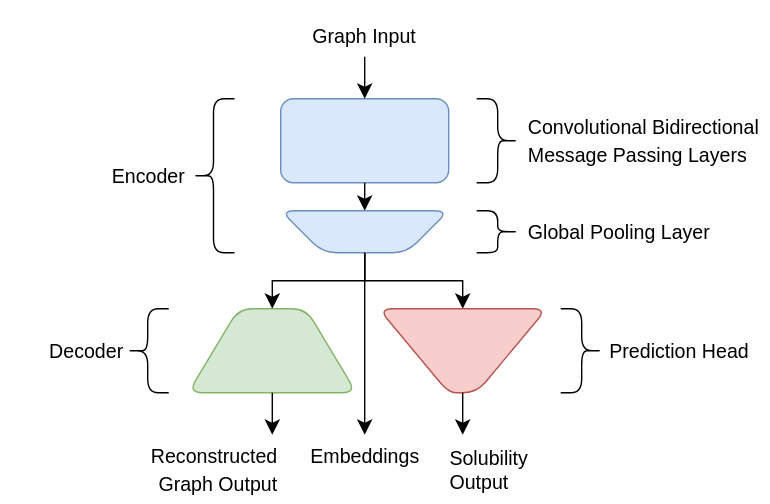
Earlier version of the draw.io export figures/model.drawio.svg (p0017/Molecular-Test-Time-Adaptation). Source tidied: cells renumbered, new cells last; positions are measured from the earlier drawing's top-left corner, leaving out a move shared by most shapes. Its diagram source:
```xml
<mxGraphModel>
  <root>
    <mxCell id="0" />
    <mxCell id="1" parent="0" />
    <mxCell id="2" style="rounded=1;whiteSpace=wrap;html=1;fillColor=#dae8fc;strokeColor=#6c8ebf;" parent="1" vertex="1">
      <mxGeometry x="200" y="70" width="120" height="60" as="geometry" />
    </mxCell>
    <mxCell id="3" style="edgeStyle=none;curved=1;rounded=0;jettySize=auto;html=1;fontSize=12;startSize=8;endSize=8;" parent="1" edge="1" target="6">
      <mxGeometry relative="1" as="geometry">
        <mxPoint x="260" y="130" as="sourcePoint" />
      </mxGeometry>
    </mxCell>
    <mxCell id="4" style="edgeStyle=orthogonalEdgeStyle;rounded=0;jettySize=auto;html=1;fontSize=12;startSize=8;endSize=8;entryX=0.5;entryY=1;entryDx=0;entryDy=0;exitX=0.5;exitY=0;exitDx=0;exitDy=0;" parent="1" edge="1" source="6" target="8">
      <mxGeometry relative="1" as="geometry" />
    </mxCell>
    <mxCell id="5" style="edgeStyle=orthogonalEdgeStyle;rounded=0;jettySize=auto;html=1;exitX=0.5;exitY=0;exitDx=0;exitDy=0;entryX=0.5;entryY=0;entryDx=0;entryDy=0;fontSize=12;startSize=8;endSize=8;" parent="1" edge="1" source="6" target="7">
      <mxGeometry relative="1" as="geometry" />
    </mxCell>
    <mxCell id="6" style="shape=trapezoid;perimeter=trapezoidPerimeter;whiteSpace=wrap;html=1;fixedSize=1;rounded=1;direction=west;size=30;fillColor=#dae8fc;strokeColor=#6c8ebf;" parent="1" vertex="1">
      <mxGeometry x="200" y="150" width="120" height="30" as="geometry" />
    </mxCell>
    <mxCell id="7" style="shape=trapezoid;perimeter=trapezoidPerimeter;whiteSpace=wrap;html=1;fixedSize=1;rounded=1;direction=east;size=36;fillColor=#d5e8d4;strokeColor=#82b366;" parent="1" vertex="1">
      <mxGeometry x="134" y="220" width="120" height="60" as="geometry" />
    </mxCell>
    <mxCell id="8" style="shape=trapezoid;perimeter=trapezoidPerimeter;whiteSpace=wrap;html=1;fixedSize=1;rounded=1;direction=west;size=50;fillColor=#f8cecc;strokeColor=#b85450;" parent="1" vertex="1">
      <mxGeometry x="270" y="220" width="120" height="60" as="geometry" />
    </mxCell>
    <mxCell id="9" style="shape=curlyBracket;whiteSpace=wrap;html=1;rounded=1;flipH=1;labelPosition=right;verticalLabelPosition=middle;align=left;verticalAlign=middle;" parent="1" vertex="1">
      <mxGeometry x="340" y="70" width="30" height="60" as="geometry" />
    </mxCell>
    <mxCell id="10" style="shape=curlyBracket;whiteSpace=wrap;html=1;rounded=1;flipH=1;labelPosition=right;verticalLabelPosition=middle;align=left;verticalAlign=middle;" parent="1" vertex="1">
      <mxGeometry x="340" y="150" width="30" height="30" as="geometry" />
    </mxCell>
    <mxCell id="11" style="shape=curlyBracket;whiteSpace=wrap;html=1;rounded=1;labelPosition=left;verticalLabelPosition=middle;align=right;verticalAlign=middle;" parent="1" vertex="1">
      <mxGeometry x="137" y="70" width="30" height="110" as="geometry" />
    </mxCell>
    <mxCell id="12" style="shape=curlyBracket;whiteSpace=wrap;html=1;rounded=1;flipH=1;labelPosition=right;verticalLabelPosition=middle;align=left;verticalAlign=middle;direction=west;" parent="1" vertex="1">
      <mxGeometry x="90" y="220" width="30" height="60" as="geometry" />
    </mxCell>
    <mxCell id="13" style="shape=curlyBracket;whiteSpace=wrap;html=1;rounded=1;flipH=1;labelPosition=right;verticalLabelPosition=middle;align=left;verticalAlign=middle;direction=east;" parent="1" vertex="1">
      <mxGeometry x="400" y="220" width="30" height="60" as="geometry" />
    </mxCell>
    <mxCell id="14" value="&lt;div align=&quot;left&quot;&gt;&lt;font style=&quot;font-size: 14px;&quot;&gt;Convolutional Bidirectional Message Passing Layers&lt;/font&gt;&lt;/div&gt;" style="text;strokeColor=none;fillColor=none;html=1;align=left;verticalAlign=middle;whiteSpace=wrap;rounded=0;fontSize=16;" parent="1" vertex="1">
      <mxGeometry x="375" y="75" width="170" height="50" as="geometry" />
    </mxCell>
    <mxCell id="15" value="&lt;div align=&quot;left&quot;&gt;&lt;font style=&quot;font-size: 14px;&quot;&gt;Global Pooling Layer&lt;/font&gt;&lt;/div&gt;" style="text;strokeColor=none;fillColor=none;html=1;align=left;verticalAlign=middle;whiteSpace=wrap;rounded=0;fontSize=16;" parent="1" vertex="1">
      <mxGeometry x="375" y="140" width="160" height="50" as="geometry" />
    </mxCell>
    <mxCell id="16" value="&lt;div align=&quot;right&quot;&gt;&lt;font style=&quot;font-size: 14px;&quot;&gt;Encoder&lt;/font&gt;&lt;/div&gt;" style="text;strokeColor=none;fillColor=none;html=1;align=right;verticalAlign=middle;whiteSpace=wrap;rounded=0;fontSize=16;" parent="1" vertex="1">
      <mxGeometry x="64" y="100" width="70" height="50" as="geometry" />
    </mxCell>
    <mxCell id="17" value="&lt;div align=&quot;right&quot;&gt;&lt;font style=&quot;font-size: 14px;&quot;&gt;Decoder&lt;/font&gt;&lt;/div&gt;" style="text;strokeColor=none;fillColor=none;html=1;align=right;verticalAlign=middle;whiteSpace=wrap;rounded=0;fontSize=16;" parent="1" vertex="1">
      <mxGeometry y="235" width="90" height="30" as="geometry" />
    </mxCell>
    <mxCell id="18" value="&lt;font style=&quot;font-size: 14px;&quot;&gt;Prediction Head&lt;/font&gt;" style="text;strokeColor=none;fillColor=none;html=1;align=center;verticalAlign=middle;whiteSpace=wrap;rounded=0;fontSize=16;" parent="1" vertex="1">
      <mxGeometry x="420" y="235" width="130" height="30" as="geometry" />
    </mxCell>
    <mxCell id="19" style="endArrow=classic;html=1;rounded=0;fontSize=12;startSize=8;endSize=8;curved=1;entryX=0.5;entryY=0;entryDx=0;entryDy=0;" parent="1" edge="1" target="2">
      <mxGeometry relative="1" as="geometry">
        <mxPoint x="260" y="40" as="sourcePoint" />
      </mxGeometry>
    </mxCell>
    <mxCell id="20" style="endArrow=classic;html=1;rounded=0;fontSize=12;startSize=8;endSize=8;curved=1;exitX=0.5;exitY=1;exitDx=0;exitDy=0;" parent="1" edge="1" source="7">
      <mxGeometry relative="1" as="geometry">
        <mxPoint x="194" y="310" as="targetPoint" />
      </mxGeometry>
    </mxCell>
    <mxCell id="21" style="endArrow=classic;html=1;rounded=0;fontSize=12;startSize=8;endSize=8;curved=1;exitX=0.5;exitY=0;exitDx=0;exitDy=0;" parent="1" edge="1" source="8">
      <mxGeometry relative="1" as="geometry">
        <mxPoint x="330" y="310" as="targetPoint" />
      </mxGeometry>
    </mxCell>
    <mxCell id="22" style="endArrow=classic;html=1;rounded=0;fontSize=12;startSize=8;endSize=8;curved=1;exitX=0.5;exitY=0;exitDx=0;exitDy=0;" parent="1" edge="1" source="6">
      <mxGeometry relative="1" as="geometry">
        <mxPoint x="260" y="310" as="targetPoint" />
      </mxGeometry>
    </mxCell>
    <mxCell id="23" value="&lt;font style=&quot;font-size: 14px;&quot;&gt;Graph Input&lt;/font&gt;" style="text;strokeColor=none;fillColor=none;html=1;align=center;verticalAlign=middle;whiteSpace=wrap;rounded=0;fontSize=16;" parent="1" vertex="1">
      <mxGeometry x="215" width="90" height="50" as="geometry" />
    </mxCell>
    <mxCell id="24" value="&lt;div align=&quot;right&quot;&gt;&lt;font style=&quot;font-size: 14px;&quot;&gt;Reconstructed Graph Output&lt;/font&gt;&lt;/div&gt;" style="text;strokeColor=none;fillColor=none;html=1;align=right;verticalAlign=middle;whiteSpace=wrap;rounded=0;fontSize=16;" parent="1" vertex="1">
      <mxGeometry x="129" y="310" width="71" height="50" as="geometry" />
    </mxCell>
    <mxCell id="25" value="&lt;div align=&quot;left&quot;&gt;&lt;font style=&quot;font-size: 14px;&quot;&gt;Solubility Output&lt;/font&gt;&lt;/div&gt;" style="text;strokeColor=none;fillColor=none;html=1;align=left;verticalAlign=middle;whiteSpace=wrap;rounded=0;fontSize=12;" parent="1" vertex="1">
      <mxGeometry x="319" y="310" width="71" height="50" as="geometry" />
    </mxCell>
    <mxCell id="26" value="&lt;font style=&quot;font-size: 14px;&quot;&gt;Embeddings&lt;/font&gt;" style="text;strokeColor=none;fillColor=none;html=1;align=center;verticalAlign=middle;whiteSpace=wrap;rounded=0;fontSize=16;" parent="1" vertex="1">
      <mxGeometry x="224.5" y="300" width="71" height="50" as="geometry" />
    </mxCell>
  </root>
</mxGraphModel>
```
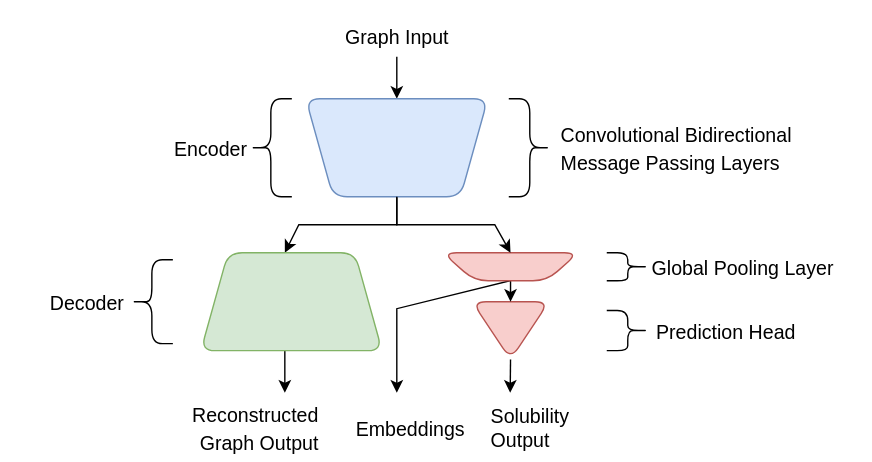
Later version of the same file.

Change to the diagram source:
```diff
@@ -2,90 +2,104 @@
   <root>
     <mxCell id="0" />
     <mxCell id="1" parent="0" />
-    <mxCell id="2" style="rounded=1;whiteSpace=wrap;html=1;fillColor=#dae8fc;strokeColor=#6c8ebf;" parent="1" vertex="1">
-      <mxGeometry x="200" y="70" width="120" height="60" as="geometry" />
-    </mxCell>
-    <mxCell id="3" style="edgeStyle=none;curved=1;rounded=0;jettySize=auto;html=1;fontSize=12;startSize=8;endSize=8;" parent="1" edge="1" target="6">
-      <mxGeometry relative="1" as="geometry">
-        <mxPoint x="260" y="130" as="sourcePoint" />
-      </mxGeometry>
-    </mxCell>
-    <mxCell id="4" style="edgeStyle=orthogonalEdgeStyle;rounded=0;jettySize=auto;html=1;fontSize=12;startSize=8;endSize=8;entryX=0.5;entryY=1;entryDx=0;entryDy=0;exitX=0.5;exitY=0;exitDx=0;exitDy=0;" parent="1" edge="1" source="6" target="8">
-      <mxGeometry relative="1" as="geometry" />
-    </mxCell>
-    <mxCell id="5" style="edgeStyle=orthogonalEdgeStyle;rounded=0;jettySize=auto;html=1;exitX=0.5;exitY=0;exitDx=0;exitDy=0;entryX=0.5;entryY=0;entryDx=0;entryDy=0;fontSize=12;startSize=8;endSize=8;" parent="1" edge="1" source="6" target="7">
-      <mxGeometry relative="1" as="geometry" />
-    </mxCell>
-    <mxCell id="6" style="shape=trapezoid;perimeter=trapezoidPerimeter;whiteSpace=wrap;html=1;fixedSize=1;rounded=1;direction=west;size=30;fillColor=#dae8fc;strokeColor=#6c8ebf;" parent="1" vertex="1">
-      <mxGeometry x="200" y="150" width="120" height="30" as="geometry" />
-    </mxCell>
-    <mxCell id="7" style="shape=trapezoid;perimeter=trapezoidPerimeter;whiteSpace=wrap;html=1;fixedSize=1;rounded=1;direction=east;size=36;fillColor=#d5e8d4;strokeColor=#82b366;" parent="1" vertex="1">
-      <mxGeometry x="134" y="220" width="120" height="60" as="geometry" />
-    </mxCell>
-    <mxCell id="8" style="shape=trapezoid;perimeter=trapezoidPerimeter;whiteSpace=wrap;html=1;fixedSize=1;rounded=1;direction=west;size=50;fillColor=#f8cecc;strokeColor=#b85450;" parent="1" vertex="1">
-      <mxGeometry x="270" y="220" width="120" height="60" as="geometry" />
+    <mxCell id="8" style="shape=trapezoid;perimeter=trapezoidPerimeter;whiteSpace=wrap;html=1;fixedSize=1;rounded=1;direction=west;size=35;fillColor=#f8cecc;strokeColor=#b85450;" parent="1" vertex="1">
+      <mxGeometry x="313.8" y="215" width="55" height="41.2" as="geometry" />
     </mxCell>
     <mxCell id="9" style="shape=curlyBracket;whiteSpace=wrap;html=1;rounded=1;flipH=1;labelPosition=right;verticalLabelPosition=middle;align=left;verticalAlign=middle;" parent="1" vertex="1">
-      <mxGeometry x="340" y="70" width="30" height="60" as="geometry" />
+      <mxGeometry x="340" y="70" width="30" height="70" as="geometry" />
     </mxCell>
-    <mxCell id="10" style="shape=curlyBracket;whiteSpace=wrap;html=1;rounded=1;flipH=1;labelPosition=right;verticalLabelPosition=middle;align=left;verticalAlign=middle;" parent="1" vertex="1">
-      <mxGeometry x="340" y="150" width="30" height="30" as="geometry" />
+    <mxCell id="10" style="shape=curlyBracket;whiteSpace=wrap;html=1;rounded=1;flipH=1;labelPosition=right;verticalLabelPosition=middle;align=left;verticalAlign=middle;size=0.5;" parent="1" vertex="1">
+      <mxGeometry x="410" y="180" width="30" height="20" as="geometry" />
     </mxCell>
     <mxCell id="11" style="shape=curlyBracket;whiteSpace=wrap;html=1;rounded=1;labelPosition=left;verticalLabelPosition=middle;align=right;verticalAlign=middle;" parent="1" vertex="1">
-      <mxGeometry x="137" y="70" width="30" height="110" as="geometry" />
+      <mxGeometry x="155" y="70" width="30" height="70" as="geometry" />
     </mxCell>
     <mxCell id="12" style="shape=curlyBracket;whiteSpace=wrap;html=1;rounded=1;flipH=1;labelPosition=right;verticalLabelPosition=middle;align=left;verticalAlign=middle;direction=west;" parent="1" vertex="1">
-      <mxGeometry x="90" y="220" width="30" height="60" as="geometry" />
+      <mxGeometry x="70" y="185" width="30" height="60" as="geometry" />
     </mxCell>
     <mxCell id="13" style="shape=curlyBracket;whiteSpace=wrap;html=1;rounded=1;flipH=1;labelPosition=right;verticalLabelPosition=middle;align=left;verticalAlign=middle;direction=east;" parent="1" vertex="1">
-      <mxGeometry x="400" y="220" width="30" height="60" as="geometry" />
+      <mxGeometry x="410" y="221.2" width="30" height="28.8" as="geometry" />
     </mxCell>
     <mxCell id="14" value="&lt;div align=&quot;left&quot;&gt;&lt;font style=&quot;font-size: 14px;&quot;&gt;Convolutional Bidirectional Message Passing Layers&lt;/font&gt;&lt;/div&gt;" style="text;strokeColor=none;fillColor=none;html=1;align=left;verticalAlign=middle;whiteSpace=wrap;rounded=0;fontSize=16;" parent="1" vertex="1">
-      <mxGeometry x="375" y="75" width="170" height="50" as="geometry" />
+      <mxGeometry x="375" y="80" width="170" height="50" as="geometry" />
     </mxCell>
     <mxCell id="15" value="&lt;div align=&quot;left&quot;&gt;&lt;font style=&quot;font-size: 14px;&quot;&gt;Global Pooling Layer&lt;/font&gt;&lt;/div&gt;" style="text;strokeColor=none;fillColor=none;html=1;align=left;verticalAlign=middle;whiteSpace=wrap;rounded=0;fontSize=16;" parent="1" vertex="1">
-      <mxGeometry x="375" y="140" width="160" height="50" as="geometry" />
+      <mxGeometry x="440" y="165" width="160" height="50" as="geometry" />
     </mxCell>
     <mxCell id="16" value="&lt;div align=&quot;right&quot;&gt;&lt;font style=&quot;font-size: 14px;&quot;&gt;Encoder&lt;/font&gt;&lt;/div&gt;" style="text;strokeColor=none;fillColor=none;html=1;align=right;verticalAlign=middle;whiteSpace=wrap;rounded=0;fontSize=16;" parent="1" vertex="1">
-      <mxGeometry x="64" y="100" width="70" height="50" as="geometry" />
+      <mxGeometry x="85" y="80" width="70" height="50" as="geometry" />
     </mxCell>
     <mxCell id="17" value="&lt;div align=&quot;right&quot;&gt;&lt;font style=&quot;font-size: 14px;&quot;&gt;Decoder&lt;/font&gt;&lt;/div&gt;" style="text;strokeColor=none;fillColor=none;html=1;align=right;verticalAlign=middle;whiteSpace=wrap;rounded=0;fontSize=16;" parent="1" vertex="1">
-      <mxGeometry y="235" width="90" height="30" as="geometry" />
+      <mxGeometry x="-23" y="200" width="90" height="30" as="geometry" />
     </mxCell>
     <mxCell id="18" value="&lt;font style=&quot;font-size: 14px;&quot;&gt;Prediction Head&lt;/font&gt;" style="text;strokeColor=none;fillColor=none;html=1;align=center;verticalAlign=middle;whiteSpace=wrap;rounded=0;fontSize=16;" parent="1" vertex="1">
-      <mxGeometry x="420" y="235" width="130" height="30" as="geometry" />
+      <mxGeometry x="430" y="220.6" width="130" height="30" as="geometry" />
     </mxCell>
-    <mxCell id="19" style="endArrow=classic;html=1;rounded=0;fontSize=12;startSize=8;endSize=8;curved=1;entryX=0.5;entryY=0;entryDx=0;entryDy=0;" parent="1" edge="1" target="2">
-      <mxGeometry relative="1" as="geometry">
-        <mxPoint x="260" y="40" as="sourcePoint" />
-      </mxGeometry>
-    </mxCell>
-    <mxCell id="20" style="endArrow=classic;html=1;rounded=0;fontSize=12;startSize=8;endSize=8;curved=1;exitX=0.5;exitY=1;exitDx=0;exitDy=0;" parent="1" edge="1" source="7">
-      <mxGeometry relative="1" as="geometry">
-        <mxPoint x="194" y="310" as="targetPoint" />
-      </mxGeometry>
-    </mxCell>
-    <mxCell id="21" style="endArrow=classic;html=1;rounded=0;fontSize=12;startSize=8;endSize=8;curved=1;exitX=0.5;exitY=0;exitDx=0;exitDy=0;" parent="1" edge="1" source="8">
-      <mxGeometry relative="1" as="geometry">
-        <mxPoint x="330" y="310" as="targetPoint" />
-      </mxGeometry>
-    </mxCell>
-    <mxCell id="22" style="endArrow=classic;html=1;rounded=0;fontSize=12;startSize=8;endSize=8;curved=1;exitX=0.5;exitY=0;exitDx=0;exitDy=0;" parent="1" edge="1" source="6">
-      <mxGeometry relative="1" as="geometry">
-        <mxPoint x="260" y="310" as="targetPoint" />
-      </mxGeometry>
-    </mxCell>
     <mxCell id="23" value="&lt;font style=&quot;font-size: 14px;&quot;&gt;Graph Input&lt;/font&gt;" style="text;strokeColor=none;fillColor=none;html=1;align=center;verticalAlign=middle;whiteSpace=wrap;rounded=0;fontSize=16;" parent="1" vertex="1">
       <mxGeometry x="215" width="90" height="50" as="geometry" />
     </mxCell>
     <mxCell id="24" value="&lt;div align=&quot;right&quot;&gt;&lt;font style=&quot;font-size: 14px;&quot;&gt;Reconstructed Graph Output&lt;/font&gt;&lt;/div&gt;" style="text;strokeColor=none;fillColor=none;html=1;align=right;verticalAlign=middle;whiteSpace=wrap;rounded=0;fontSize=16;" parent="1" vertex="1">
-      <mxGeometry x="129" y="310" width="71" height="50" as="geometry" />
+      <mxGeometry x="134.5" y="280" width="71" height="50" as="geometry" />
     </mxCell>
     <mxCell id="25" value="&lt;div align=&quot;left&quot;&gt;&lt;font style=&quot;font-size: 14px;&quot;&gt;Solubility Output&lt;/font&gt;&lt;/div&gt;" style="text;strokeColor=none;fillColor=none;html=1;align=left;verticalAlign=middle;whiteSpace=wrap;rounded=0;fontSize=12;" parent="1" vertex="1">
-      <mxGeometry x="319" y="310" width="71" height="50" as="geometry" />
+      <mxGeometry x="325" y="280" width="71" height="50" as="geometry" />
     </mxCell>
     <mxCell id="26" value="&lt;font style=&quot;font-size: 14px;&quot;&gt;Embeddings&lt;/font&gt;" style="text;strokeColor=none;fillColor=none;html=1;align=center;verticalAlign=middle;whiteSpace=wrap;rounded=0;fontSize=16;" parent="1" vertex="1">
-      <mxGeometry x="224.5" y="300" width="71" height="50" as="geometry" />
+      <mxGeometry x="234" y="280" width="71" height="50" as="geometry" />
     </mxCell>
+    <mxCell id="27" style="endArrow=classic;html=1;rounded=0;entryX=0.5;entryY=0;entryDx=0;entryDy=0;exitX=0.5;exitY=0;exitDx=0;exitDy=0;" parent="1" edge="1" source="32">
+      <mxGeometry relative="1" as="geometry">
+        <mxPoint x="180" y="180" as="targetPoint" />
+        <Array as="points">
+          <mxPoint x="260" y="160" />
+          <mxPoint x="190" y="160" />
+        </Array>
+      </mxGeometry>
+    </mxCell>
+    <mxCell id="28" style="endArrow=classic;html=1;rounded=0;exitX=0.5;exitY=1;exitDx=0;exitDy=0;" parent="1" edge="1">
+      <mxGeometry relative="1" as="geometry">
+        <mxPoint x="180" y="250" as="sourcePoint" />
+        <mxPoint x="180" y="280" as="targetPoint" />
+      </mxGeometry>
+    </mxCell>
+    <mxCell id="29" style="endArrow=classic;html=1;rounded=0;exitX=0.5;exitY=0;exitDx=0;exitDy=0;entryX=0.5;entryY=1;entryDx=0;entryDy=0;" parent="1" edge="1" source="34" target="8">
+      <mxGeometry relative="1" as="geometry" />
+    </mxCell>
+    <mxCell id="30" style="endArrow=classic;html=1;rounded=0;entryX=0.5;entryY=0;entryDx=0;entryDy=0;" parent="1" edge="1">
+      <mxGeometry relative="1" as="geometry">
+        <mxPoint x="260" y="40" as="sourcePoint" />
+        <mxPoint x="260" y="70" as="targetPoint" />
+      </mxGeometry>
+    </mxCell>
+    <mxCell id="31" style="endArrow=classic;html=1;rounded=0;exitX=0.5;exitY=0;exitDx=0;exitDy=0;" parent="1" edge="1" source="34">
+      <mxGeometry relative="1" as="geometry">
+        <mxPoint x="260" y="280" as="targetPoint" />
+        <Array as="points">
+          <mxPoint x="260" y="220" />
+        </Array>
+      </mxGeometry>
+    </mxCell>
+    <mxCell id="32" style="shape=trapezoid;perimeter=trapezoidPerimeter;whiteSpace=wrap;html=1;fixedSize=1;rounded=1;direction=west;size=19.5;fillColor=#dae8fc;strokeColor=#6c8ebf;" parent="1" vertex="1">
+      <mxGeometry x="195" y="70" width="130" height="70" as="geometry" />
+    </mxCell>
+    <mxCell id="33" style="shape=trapezoid;perimeter=trapezoidPerimeter;whiteSpace=wrap;html=1;fixedSize=1;rounded=1;direction=west;size=19.5;fillColor=#d5e8d4;strokeColor=#82b366;rotation=-180;" parent="1" vertex="1">
+      <mxGeometry x="120" y="180" width="129.5" height="70" as="geometry" />
+    </mxCell>
+    <mxCell id="34" style="shape=trapezoid;perimeter=trapezoidPerimeter;whiteSpace=wrap;html=1;fixedSize=1;rounded=1;direction=west;size=22.5;fillColor=#f8cecc;strokeColor=#b85450;" parent="1" vertex="1">
+      <mxGeometry x="292.8" y="180" width="97" height="20" as="geometry" />
+    </mxCell>
+    <mxCell id="35" style="endArrow=classic;html=1;rounded=0;exitX=0.5;exitY=0;exitDx=0;exitDy=0;entryX=0.5;entryY=1;entryDx=0;entryDy=0;" parent="1" edge="1" source="32" target="34">
+      <mxGeometry relative="1" as="geometry">
+        <Array as="points">
+          <mxPoint x="260" y="160" />
+          <mxPoint x="330" y="160" />
+        </Array>
+      </mxGeometry>
+    </mxCell>
+    <mxCell id="36" style="endArrow=classic;html=1;rounded=0;exitX=0.5;exitY=0;exitDx=0;exitDy=0;" parent="1" edge="1" source="8">
+      <mxGeometry relative="1" as="geometry">
+        <mxPoint x="341" y="280" as="targetPoint" />
+      </mxGeometry>
+    </mxCell>
   </root>
 </mxGraphModel>
```
